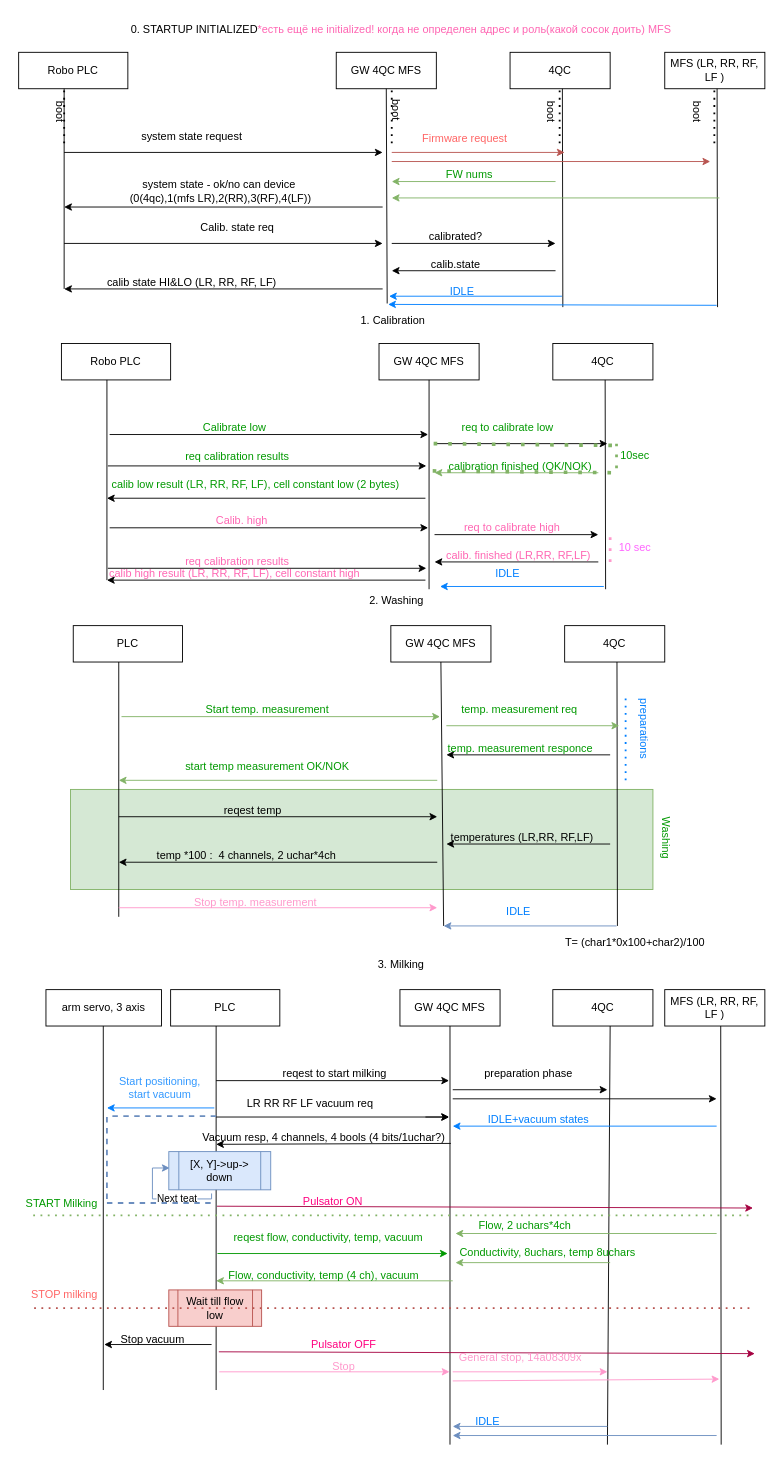
Before: page "GW system" (4 of 5) of gateway_farmcan.drawio in megavad/Diagrams, a draw.io diagram. Source tidied: cells renumbered, new cells numbered last; positions are measured from the earlier drawing's top-left corner, leaving out a move shared by most shapes. Both pictures are drawn from the tidied source at 91%, with x=0, y=0 at pixel (15, 15).
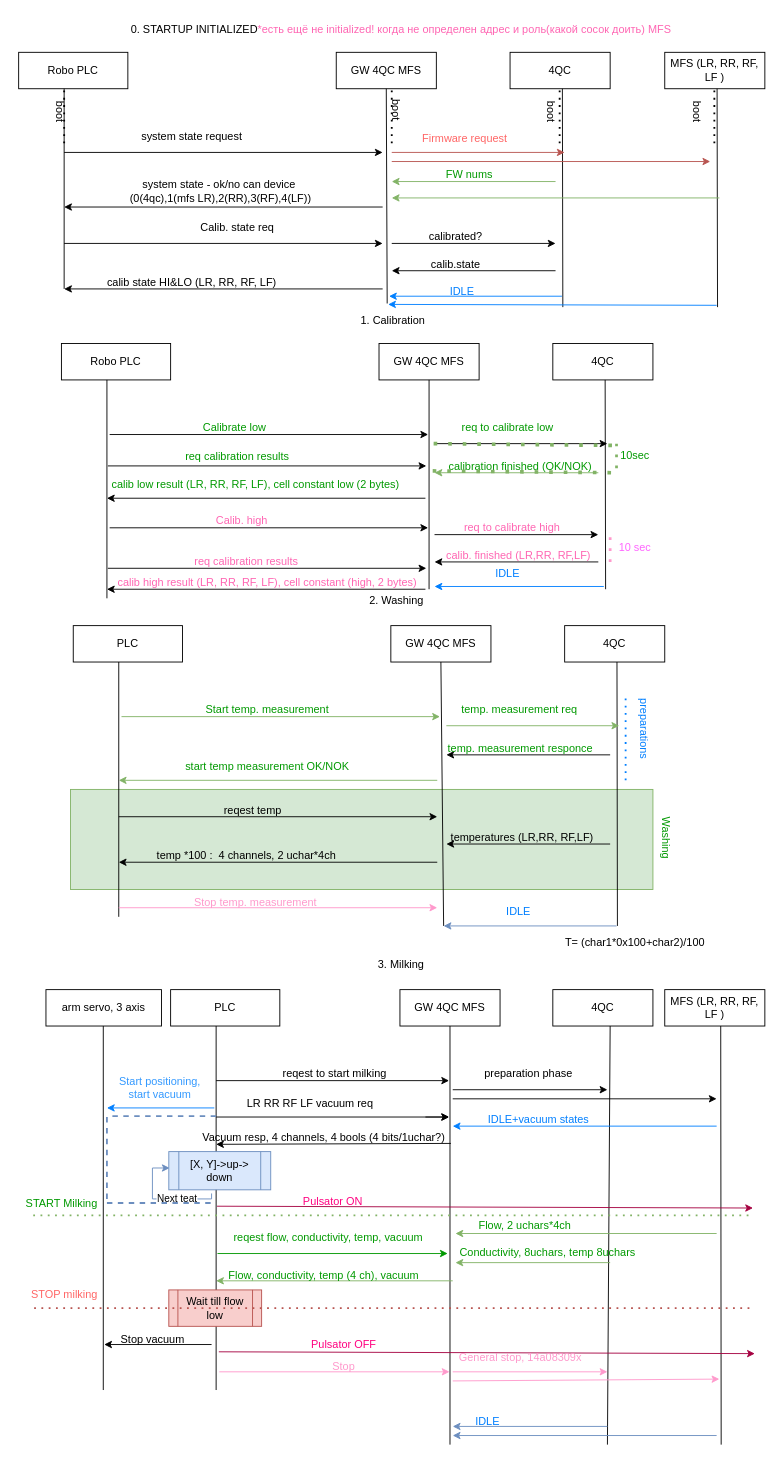
The same page after the edit.

Diff of the diagram source:
```diff
@@
     <mxCell id="43" style="endArrow=none;html=1;rounded=0;" parent="1" edge="1">
       <mxGeometry relative="1" as="geometry">
-        <mxPoint x="100" y="620" as="sourcePoint" />
+        <mxPoint x="100" y="640" as="sourcePoint" />
         <mxPoint x="100" y="400" as="targetPoint" />
       </mxGeometry>
     </mxCell>
@@
-    <mxCell id="56" style="endArrow=classic;html=1;rounded=0;" parent="1" edge="1">
-      <mxGeometry relative="1" as="geometry">
-        <mxPoint x="450" y="620" as="sourcePoint" />
-        <mxPoint x="100" y="620" as="targetPoint" />
-      </mxGeometry>
-    </mxCell>
-    <mxCell id="57" value="calib high result (LR, RR, RF, LF), cell constant high" style="text;html=1;align=center;verticalAlign=middle;strokeColor=none;fillColor=none;fontColor=#FF66B3;" parent="1" vertex="1">
-      <mxGeometry x="90" y="598" width="300" height="30" as="geometry" />
-    </mxCell>
@@
     <mxCell id="91" style="endArrow=classic;html=1;rounded=0;strokeColor=#007FFF;" parent="1" edge="1">
       <mxGeometry relative="1" as="geometry">
         <mxPoint x="646" y="627" as="sourcePoint" />
-        <mxPoint x="466" y="627" as="targetPoint" />
+        <mxPoint x="460" y="627" as="targetPoint" />
       </mxGeometry>
     </mxCell>
@@
     <mxCell id="151" value="req calibration results" style="text;html=1;align=center;verticalAlign=middle;strokeColor=none;fillColor=none;fontColor=#FF66B3;" parent="1" vertex="1">
-      <mxGeometry x="173" y="585" width="140" height="30" as="geometry" />
+      <mxGeometry x="183" y="585" width="140" height="30" as="geometry" />
     </mxCell>
@@
+    <mxCell id="57" value="calib high result (LR, RR, RF, LF), cell constant (high, 2 bytes)" style="text;html=1;align=center;verticalAlign=middle;strokeColor=none;fillColor=none;fontColor=#FF66B3;" parent="1" vertex="1">
+      <mxGeometry x="101" y="608" width="350" height="30" as="geometry" />
+    </mxCell>
+    <mxCell id="170" style="endArrow=classic;html=1;rounded=0;" parent="1" edge="1">
+      <mxGeometry relative="1" as="geometry">
+        <mxPoint x="450" y="630" as="sourcePoint" />
+        <mxPoint x="100" y="630" as="targetPoint" />
+      </mxGeometry>
+    </mxCell>
```
